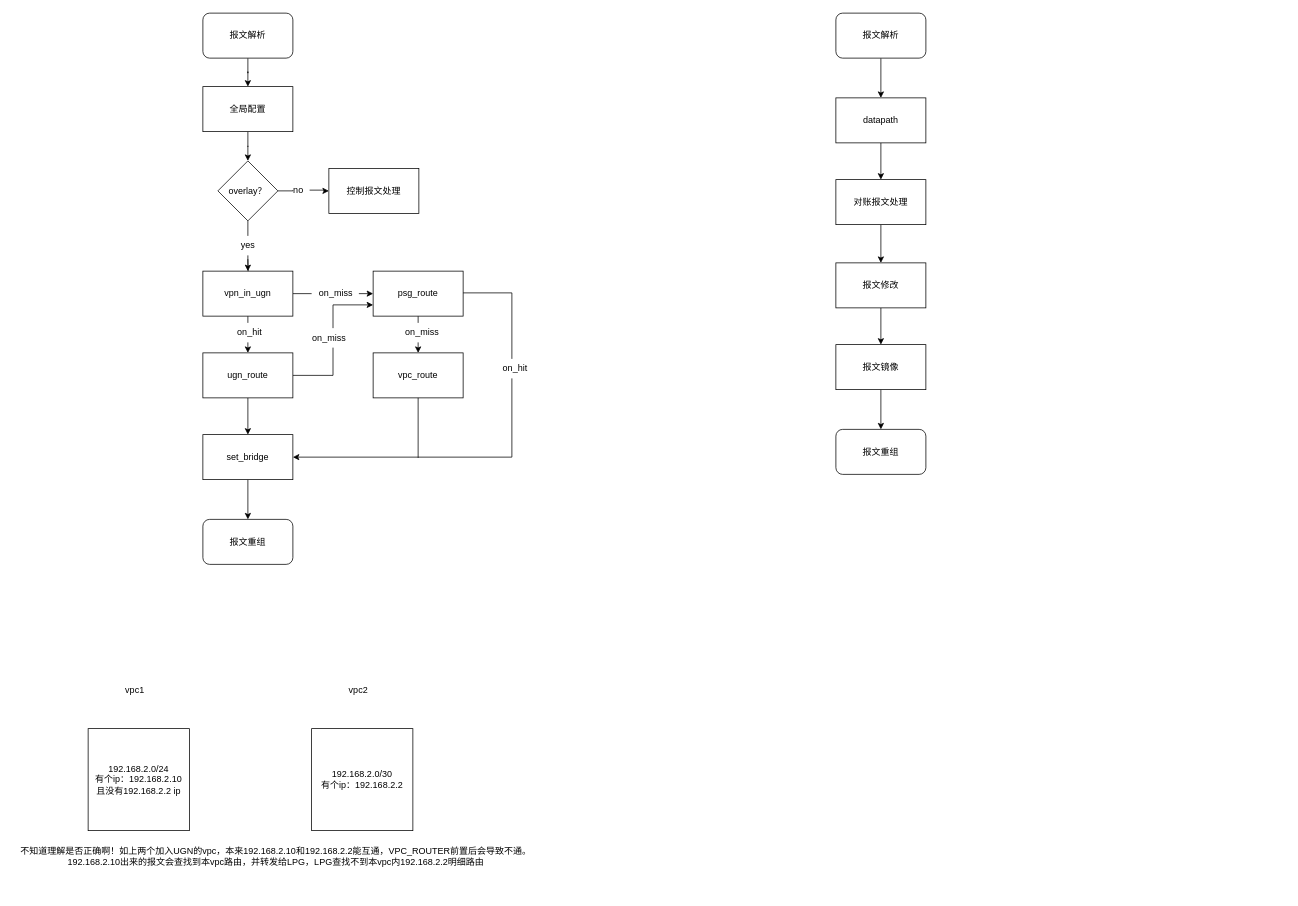
Before: page "LRG" (1 of 3) of LRG.drawio in imoceanking/drawio, a draw.io diagram. Source tidied: cells renumbered, new cells numbered last; positions are measured from the earlier drawing's top-left corner, leaving out a move shared by most shapes. Both pictures are drawn from the tidied source at 75%, with x=0, y=0 at pixel (13, 13).
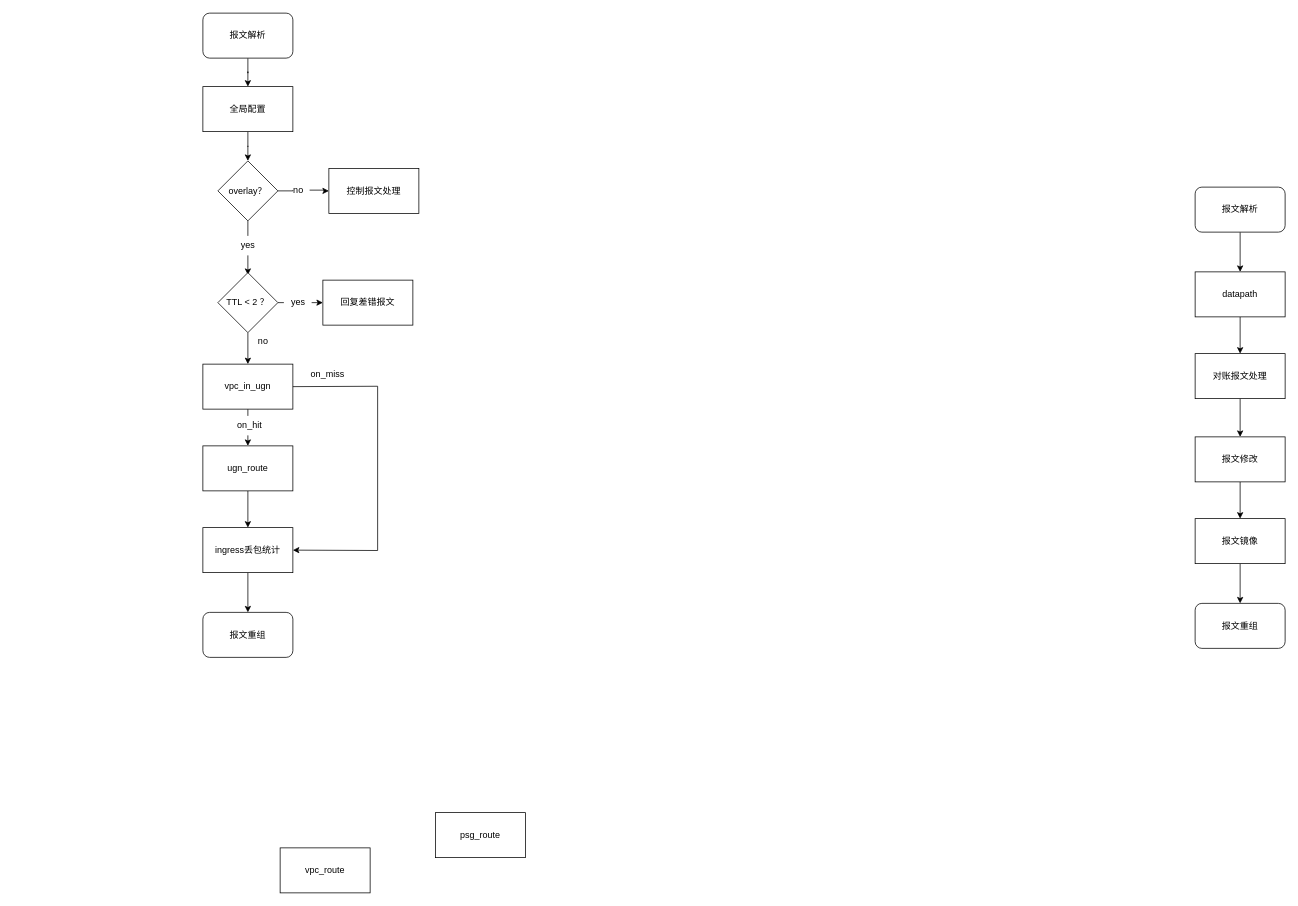
The same page after the edit.

The change refers to these unchanged cells:
```xml
<mxCell id="8" value="overlay？" style="rhombus;whiteSpace=wrap;html=1;rounded=0;" parent="1" vertex="1">
  <mxGeometry x="273" y="197" width="80" height="80" as="geometry" />
</mxCell>
```

What changed in the source:
```diff
@@
-    <mxCell id="7" style="edgeStyle=orthogonalEdgeStyle;rounded=0;jettySize=auto;html=1;startArrow=none;" parent="1" edge="1" target="12">
-      <mxGeometry relative="1" as="geometry">
-        <mxPoint x="313" y="328" as="sourcePoint" />
-      </mxGeometry>
+    <mxCell id="7" style="edgeStyle=orthogonalEdgeStyle;rounded=0;jettySize=auto;html=1;startArrow=none;exitX=0.5;exitY=1;exitDx=0;exitDy=0;" parent="1" edge="1" source="50" target="12">
+      <mxGeometry relative="1" as="geometry" />
     </mxCell>
@@
-    <mxCell id="11" style="edgeStyle=orthogonalEdgeStyle;rounded=0;jettySize=auto;html=1;" parent="1" edge="1" source="12" target="26">
-      <mxGeometry relative="1" as="geometry" />
-    </mxCell>
-    <mxCell id="12" value="vpn_in_ugn" style="whiteSpace=wrap;html=1;rounded=0;" parent="1" vertex="1">
-      <mxGeometry x="253" y="344" width="120" height="60" as="geometry" />
+    <mxCell id="12" value="vpc_in_ugn" style="whiteSpace=wrap;html=1;rounded=0;" parent="1" vertex="1">
+      <mxGeometry x="253" y="468" width="120" height="60" as="geometry" />
     </mxCell>
     <mxCell id="13" value="vpc_route" style="whiteSpace=wrap;html=1;rounded=0;" parent="1" vertex="1">
-      <mxGeometry x="480" y="453" width="120" height="60" as="geometry" />
+      <mxGeometry x="356" y="1113" width="120" height="60" as="geometry" />
     </mxCell>
@@
-    <mxCell id="15" style="edgeStyle=orthogonalEdgeStyle;rounded=0;jettySize=auto;html=1;entryX=0;entryY=0.75;entryDx=0;entryDy=0;" parent="1" edge="1" source="16" target="26">
-      <mxGeometry relative="1" as="geometry" />
-    </mxCell>
     <mxCell id="16" value="ugn_route" style="whiteSpace=wrap;html=1;rounded=0;" parent="1" vertex="1">
-      <mxGeometry x="253" y="453" width="120" height="60" as="geometry" />
+      <mxGeometry x="253" y="577" width="120" height="60" as="geometry" />
     </mxCell>
-    <mxCell id="17" style="edgeStyle=orthogonalEdgeStyle;rounded=0;jettySize=auto;html=1;exitX=0.5;exitY=1;exitDx=0;exitDy=0;" parent="1" edge="1" source="8" target="12">
-      <mxGeometry relative="1" as="geometry" />
+    <mxCell id="17" style="edgeStyle=orthogonalEdgeStyle;rounded=0;jettySize=auto;html=1;exitX=0.5;exitY=1;exitDx=0;exitDy=0;" parent="1" edge="1" source="8">
+      <mxGeometry relative="1" as="geometry">
+        <mxPoint x="313" y="349" as="targetPoint" />
+      </mxGeometry>
     </mxCell>
@@
-    <mxCell id="21" value="on_miss" style="text;html=1;align=center;verticalAlign=middle;strokeColor=none;fillColor=default;" parent="1" vertex="1">
-      <mxGeometry x="398" y="360" width="63" height="26" as="geometry" />
-    </mxCell>
     <mxCell id="22" value="on_hit" style="text;html=1;align=center;verticalAlign=middle;strokeColor=none;fillColor=default;" parent="1" vertex="1">
-      <mxGeometry x="289" y="413" width="51" height="26" as="geometry" />
+      <mxGeometry x="289" y="537" width="51" height="26" as="geometry" />
     </mxCell>
@@
-    <mxCell id="24" value="set_bridge" style="whiteSpace=wrap;html=1;rounded=0;" parent="1" vertex="1">
-      <mxGeometry x="253" y="562" width="120" height="60" as="geometry" />
+    <mxCell id="24" value="ingress丢包统计" style="whiteSpace=wrap;html=1;rounded=0;" parent="1" vertex="1">
+      <mxGeometry x="253" y="686" width="120" height="60" as="geometry" />
     </mxCell>
-    <mxCell id="25" style="edgeStyle=orthogonalEdgeStyle;rounded=0;jettySize=auto;html=1;" parent="1" edge="1" source="26" target="13">
-      <mxGeometry relative="1" as="geometry" />
-    </mxCell>
     <mxCell id="26" value="psg_route" style="whiteSpace=wrap;html=1;rounded=0;" parent="1" vertex="1">
-      <mxGeometry x="480" y="344" width="120" height="60" as="geometry" />
+      <mxGeometry x="563" y="1066" width="120" height="60" as="geometry" />
     </mxCell>
-    <mxCell id="27" value="on_miss" style="text;html=1;align=center;verticalAlign=middle;strokeColor=none;fillColor=default;" parent="1" vertex="1">
-      <mxGeometry x="513" y="413" width="63" height="26" as="geometry" />
-    </mxCell>
-    <mxCell id="28" value="on_miss" style="text;html=1;align=center;verticalAlign=middle;strokeColor=none;fillColor=default;" parent="1" vertex="1">
-      <mxGeometry x="389" y="420" width="63" height="26" as="geometry" />
-    </mxCell>
-    <mxCell id="29" style="endArrow=classic;html=1;rounded=0;entryX=1;entryY=0.5;entryDx=0;entryDy=0;" parent="1" edge="1" target="24">
+    <mxCell id="29" style="endArrow=classic;html=1;rounded=0;entryX=1;entryY=0.5;entryDx=0;entryDy=0;exitX=1;exitY=0.5;exitDx=0;exitDy=0;" parent="1" edge="1" source="12" target="24">
       <mxGeometry relative="1" as="geometry">
-        <mxPoint x="600" y="373" as="sourcePoint" />
         <Array as="points">
-          <mxPoint x="665" y="373" />
-          <mxPoint x="665" y="592" />
+          <mxPoint x="486" y="497.5" />
+          <mxPoint x="486" y="716.5" />
         </Array>
       </mxGeometry>
     </mxCell>
-    <mxCell id="30" style="endArrow=none;html=1;rounded=0;entryX=0.5;entryY=1;entryDx=0;entryDy=0;" parent="1" edge="1" target="13">
-      <mxGeometry relative="1" as="geometry">
-        <mxPoint x="540" y="593" as="sourcePoint" />
-      </mxGeometry>
-    </mxCell>
     <mxCell id="31" value="报文重组" style="rounded=1;whiteSpace=wrap;html=1;" parent="1" vertex="1">
-      <mxGeometry x="253" y="675" width="120" height="60" as="geometry" />
+      <mxGeometry x="253" y="799" width="120" height="60" as="geometry" />
     </mxCell>
@@
     <mxCell id="33" value="报文解析" style="rounded=1;whiteSpace=wrap;html=1;" parent="1" vertex="1">
-      <mxGeometry x="1097" width="120" height="60" as="geometry" />
+      <mxGeometry x="1576" y="232" width="120" height="60" as="geometry" />
     </mxCell>
@@
     <mxCell id="35" value="datapath" style="rounded=0;whiteSpace=wrap;html=1;" parent="1" vertex="1">
-      <mxGeometry x="1097" y="113" width="120" height="60" as="geometry" />
+      <mxGeometry x="1576" y="345" width="120" height="60" as="geometry" />
     </mxCell>
@@
     <mxCell id="37" value="对账报文处理" style="whiteSpace=wrap;html=1;rounded=0;" parent="1" vertex="1">
-      <mxGeometry x="1097" y="222" width="120" height="60" as="geometry" />
+      <mxGeometry x="1576" y="454" width="120" height="60" as="geometry" />
     </mxCell>
@@
     <mxCell id="39" value="报文修改" style="whiteSpace=wrap;html=1;rounded=0;" parent="1" vertex="1">
-      <mxGeometry x="1097" y="333" width="120" height="60" as="geometry" />
+      <mxGeometry x="1576" y="565" width="120" height="60" as="geometry" />
     </mxCell>
@@
     <mxCell id="41" value="报文镜像" style="whiteSpace=wrap;html=1;rounded=0;" parent="1" vertex="1">
-      <mxGeometry x="1097" y="442" width="120" height="60" as="geometry" />
+      <mxGeometry x="1576" y="674" width="120" height="60" as="geometry" />
     </mxCell>
     <mxCell id="42" value="报文重组" style="rounded=1;whiteSpace=wrap;html=1;" parent="1" vertex="1">
-      <mxGeometry x="1097" y="555" width="120" height="60" as="geometry" />
+      <mxGeometry x="1576" y="787" width="120" height="60" as="geometry" />
     </mxCell>
-    <mxCell id="43" value="on_hit" style="text;html=1;align=center;verticalAlign=middle;strokeColor=none;fillColor=default;" parent="1" vertex="1">
-      <mxGeometry x="643" y="461" width="51" height="26" as="geometry" />
+    <mxCell id="43" value="on_miss" style="text;html=1;align=center;verticalAlign=middle;strokeColor=none;fillColor=default;" parent="1" vertex="1">
+      <mxGeometry x="387" y="468" width="63" height="26" as="geometry" />
     </mxCell>
-    <mxCell id="44" value="192.168.2.0/24&lt;br&gt;有个ip：192.168.2.10&lt;br&gt;且没有192.168.2.2 ip" style="rounded=0;whiteSpace=wrap;html=1;" parent="1" vertex="1">
-      <mxGeometry x="100" y="954" width="135" height="136" as="geometry" />
-    </mxCell>
-    <mxCell id="45" value="vpc1" style="text;html=1;align=center;verticalAlign=middle;strokeColor=none;fillColor=none;" parent="1" vertex="1">
-      <mxGeometry x="140" y="890" width="43" height="26" as="geometry" />
-    </mxCell>
-    <mxCell id="46" value="192.168.2.0/30&lt;br&gt;有个ip：192.168.2.2" style="rounded=0;whiteSpace=wrap;html=1;" parent="1" vertex="1">
-      <mxGeometry x="398" y="954" width="135" height="136" as="geometry" />
-    </mxCell>
-    <mxCell id="47" value="vpc2" style="text;html=1;align=center;verticalAlign=middle;strokeColor=none;fillColor=none;" parent="1" vertex="1">
-      <mxGeometry x="438" y="890" width="43" height="26" as="geometry" />
-    </mxCell>
-    <mxCell id="48" value="不知道理解是否正确啊！如上两个加入UGN的vpc，本来192.168.2.10和192.168.2.2能互通，VPC_ROUTER前置后会导致不通。&lt;br&gt;192.168.2.10出来的报文会查找到本vpc路由，并转发给LPG，LPG查找不到本vpc内192.168.2.2明细路由" style="text;html=1;align=center;verticalAlign=middle;strokeColor=none;fillColor=none;" parent="1" vertex="1">
-      <mxGeometry y="1103" width="699" height="41" as="geometry" />
-    </mxCell>
+    <mxCell id="49" style="edgeStyle=orthogonalEdgeStyle;rounded=0;jettySize=auto;html=1;" parent="1" edge="1" source="50" target="51">
+      <mxGeometry relative="1" as="geometry" />
+    </mxCell>
+    <mxCell id="50" value="TTL &amp;lt; 2 ？" style="rhombus;whiteSpace=wrap;html=1;rounded=0;" parent="1" vertex="1">
+      <mxGeometry x="273" y="346" width="80" height="80" as="geometry" />
+    </mxCell>
+    <mxCell id="51" value="回复差错报文" style="whiteSpace=wrap;html=1;rounded=0;" parent="1" vertex="1">
+      <mxGeometry x="413" y="356" width="120" height="60" as="geometry" />
+    </mxCell>
+    <mxCell id="52" value="yes" style="text;html=1;align=center;verticalAlign=middle;fillColor=#FFFFFF;" parent="1" vertex="1">
+      <mxGeometry x="361" y="373" width="37" height="26" as="geometry" />
+    </mxCell>
+    <mxCell id="53" value="no" style="text;html=1;align=center;verticalAlign=middle;strokeColor=none;fillColor=#FFFFFF;" parent="1" vertex="1">
+      <mxGeometry x="317" y="424" width="31" height="26" as="geometry" />
+    </mxCell>
```
